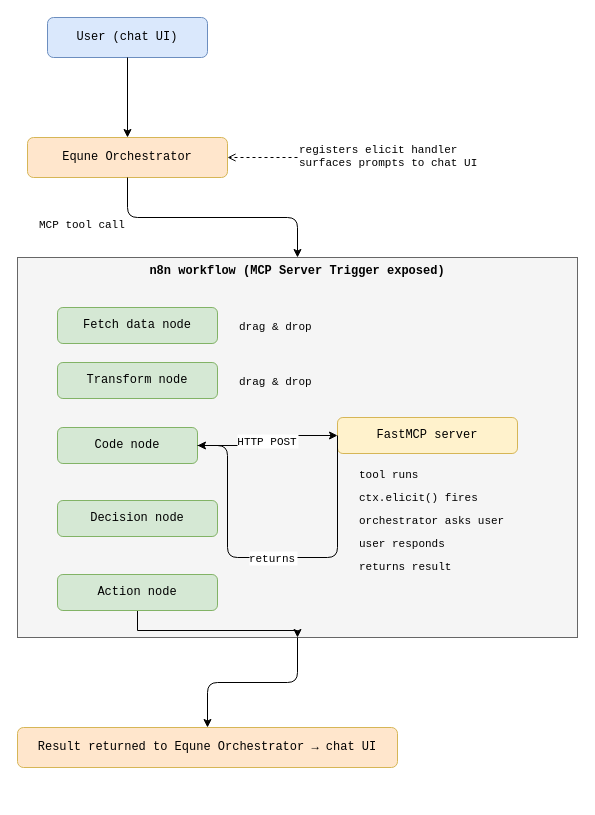
This is egun8n.drawio from orchlonn/design-doc, a draw.io file, before an edit. Source tidied: cells renumbered, new cells numbered last; positions are measured from the earlier drawing's top-left corner, leaving out a move shared by most shapes. Both pictures are drawn from the tidied source at 100%, with x=0, y=0 at pixel (17, 17).
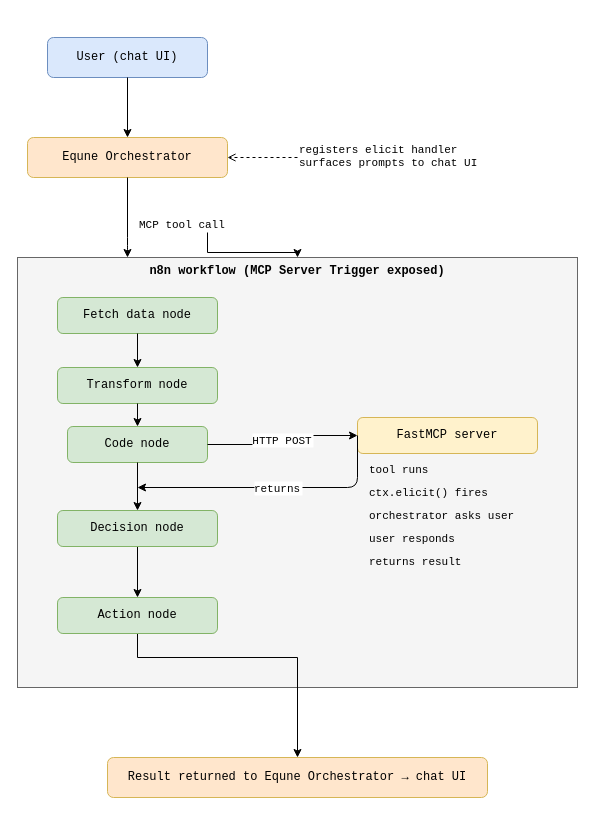
The same page after the edit.

The change refers to these unchanged cells:
```xml
<mxCell id="4" value="Equne Orchestrator" style="rounded=1;whiteSpace=wrap;html=1;fillColor=#ffe6cc;strokeColor=#d6b656;fontFamily=Courier New;" parent="1" vertex="1">
  <mxGeometry x="10" y="120" width="200" height="40" as="geometry" />
</mxCell>
```

What changed in the source:
```diff
@@
     <mxCell id="2" value="User (chat UI)" style="rounded=1;whiteSpace=wrap;html=1;fillColor=#dae8fc;strokeColor=#6c8ebf;fontFamily=Courier New;" parent="1" vertex="1">
-      <mxGeometry x="30" width="160" height="40" as="geometry" />
+      <mxGeometry x="30" y="20" width="160" height="40" as="geometry" />
     </mxCell>
@@
+    <mxCell id="28" style="edgeStyle=orthogonalEdgeStyle;rounded=0;jettySize=auto;html=1;" parent="1" edge="1" source="7" target="9">
+      <mxGeometry relative="1" as="geometry" />
+    </mxCell>
     <mxCell id="7" value="MCP tool call" style="text;html=1;align=left;fontFamily=Courier New;fontSize=11;" parent="1" vertex="1">
-      <mxGeometry x="20" y="195" width="140" height="20" as="geometry" />
+      <mxGeometry x="120" y="195" width="140" height="20" as="geometry" />
     </mxCell>
     <mxCell id="8" style="edgeStyle=orthogonalEdgeStyle;" parent="1" edge="1" source="4" target="9">
-      <mxGeometry relative="1" as="geometry" />
+      <mxGeometry relative="1" as="geometry">
+        <Array as="points">
+          <mxPoint x="110" y="230" />
+          <mxPoint x="110" y="230" />
+        </Array>
+      </mxGeometry>
     </mxCell>
     <mxCell id="9" value="n8n workflow (MCP Server Trigger exposed)" style="rounded=0;whiteSpace=wrap;html=1;fillColor=#f5f5f5;strokeColor=#666666;fontFamily=Courier New;fontSize=12;fontStyle=1;verticalAlign=top;" parent="1" vertex="1">
-      <mxGeometry y="240" width="560" height="380" as="geometry" />
+      <mxGeometry y="240" width="560" height="430" as="geometry" />
     </mxCell>
     <mxCell id="10" value="Fetch data node" style="rounded=1;whiteSpace=wrap;html=1;fillColor=#d5e8d4;strokeColor=#82b366;fontFamily=Courier New;" parent="1" vertex="1">
-      <mxGeometry x="40" y="290" width="160" height="36" as="geometry" />
+      <mxGeometry x="40" y="280" width="160" height="36" as="geometry" />
     </mxCell>
-    <mxCell id="11" value="drag &amp; drop" style="text;html=1;fontFamily=Courier New;fontSize=11;" parent="1" vertex="1">
-      <mxGeometry x="220" y="297" width="100" height="20" as="geometry" />
-    </mxCell>
     <mxCell id="12" value="Transform node" style="rounded=1;whiteSpace=wrap;html=1;fillColor=#d5e8d4;strokeColor=#82b366;fontFamily=Courier New;" parent="1" vertex="1">
-      <mxGeometry x="40" y="345" width="160" height="36" as="geometry" />
+      <mxGeometry x="40" y="350" width="160" height="36" as="geometry" />
     </mxCell>
-    <mxCell id="13" value="drag &amp; drop" style="text;html=1;fontFamily=Courier New;fontSize=11;" parent="1" vertex="1">
-      <mxGeometry x="220" y="352" width="100" height="20" as="geometry" />
-    </mxCell>
     <mxCell id="14" value="Code node" style="rounded=1;whiteSpace=wrap;html=1;fillColor=#d5e8d4;strokeColor=#82b366;fontFamily=Courier New;" parent="1" vertex="1">
-      <mxGeometry x="40" y="410" width="140" height="36" as="geometry" />
+      <mxGeometry x="50" y="409" width="140" height="36" as="geometry" />
     </mxCell>
     <mxCell id="15" value="FastMCP server" style="rounded=1;whiteSpace=wrap;html=1;fillColor=#fff2cc;strokeColor=#d6b656;fontFamily=Courier New;" parent="1" vertex="1">
-      <mxGeometry x="320" y="400" width="180" height="36" as="geometry" />
+      <mxGeometry x="340" y="400" width="180" height="36" as="geometry" />
     </mxCell>
@@
     <mxCell id="17" value="tool runs" style="text;html=1;fontFamily=Courier New;fontSize=11;align=left;" parent="1" vertex="1">
-      <mxGeometry x="340" y="445" width="120" height="20" as="geometry" />
+      <mxGeometry x="350" y="440" width="120" height="20" as="geometry" />
     </mxCell>
     <mxCell id="18" value="ctx.elicit() fires" style="text;html=1;fontFamily=Courier New;fontSize=11;align=left;" parent="1" vertex="1">
-      <mxGeometry x="340" y="468" width="160" height="20" as="geometry" />
+      <mxGeometry x="350" y="463" width="160" height="20" as="geometry" />
     </mxCell>
     <mxCell id="19" value="orchestrator asks user" style="text;html=1;fontFamily=Courier New;fontSize=11;align=left;" parent="1" vertex="1">
-      <mxGeometry x="340" y="491" width="180" height="20" as="geometry" />
+      <mxGeometry x="350" y="486" width="180" height="20" as="geometry" />
     </mxCell>
     <mxCell id="20" value="user responds" style="text;html=1;fontFamily=Courier New;fontSize=11;align=left;" parent="1" vertex="1">
-      <mxGeometry x="340" y="514" width="160" height="20" as="geometry" />
+      <mxGeometry x="350" y="509" width="160" height="20" as="geometry" />
     </mxCell>
     <mxCell id="21" value="returns result" style="text;html=1;fontFamily=Courier New;fontSize=11;align=left;" parent="1" vertex="1">
-      <mxGeometry x="340" y="537" width="160" height="20" as="geometry" />
+      <mxGeometry x="350" y="532" width="160" height="20" as="geometry" />
     </mxCell>
-    <mxCell id="22" value="returns" style="edgeStyle=orthogonalEdgeStyle;fontFamily=Courier New;fontSize=11;exitX=0;exitY=0.5;exitDx=0;exitDy=0;entryX=1;entryY=0.5;entryDx=0;entryDy=0;" parent="1" edge="1" source="15" target="14">
-      <mxGeometry relative="1" as="geometry">
+    <mxCell id="22" value="returns" style="edgeStyle=orthogonalEdgeStyle;fontFamily=Courier New;fontSize=11;exitX=0;exitY=0.5;exitDx=0;exitDy=0;" parent="1" edge="1" source="15">
+      <mxGeometry x="-0.03" relative="1" as="geometry">
+        <mxPoint x="120" y="470" as="targetPoint" />
         <Array as="points">
-          <mxPoint x="320" y="540" />
-          <mxPoint x="210" y="540" />
-          <mxPoint x="210" y="428" />
+          <mxPoint x="340" y="470" />
         </Array>
       </mxGeometry>
     </mxCell>
+    <mxCell id="29" style="edgeStyle=orthogonalEdgeStyle;rounded=0;jettySize=auto;html=1;" parent="1" edge="1" source="23" target="25">
+      <mxGeometry relative="1" as="geometry" />
+    </mxCell>
     <mxCell id="23" value="Decision node" style="rounded=1;whiteSpace=wrap;html=1;fillColor=#d5e8d4;strokeColor=#82b366;fontFamily=Courier New;" parent="1" vertex="1">
-      <mxGeometry x="40" y="483" width="160" height="36" as="geometry" />
+      <mxGeometry x="40" y="493" width="160" height="36" as="geometry" />
     </mxCell>
-    <mxCell id="24" style="edgeStyle=orthogonalEdgeStyle;rounded=0;jettySize=auto;html=1;exitX=0.5;exitY=1;exitDx=0;exitDy=0;" parent="1" edge="1" source="25" target="9">
-      <mxGeometry relative="1" as="geometry" />
-    </mxCell>
+    <mxCell id="30" style="edgeStyle=orthogonalEdgeStyle;rounded=0;jettySize=auto;html=1;entryX=0.5;entryY=0;entryDx=0;entryDy=0;" parent="1" edge="1" source="25" target="27">
+      <mxGeometry relative="1" as="geometry">
+        <Array as="points">
+          <mxPoint x="120" y="640" />
+          <mxPoint x="280" y="640" />
+        </Array>
+      </mxGeometry>
+    </mxCell>
     <mxCell id="25" value="Action node" style="rounded=1;whiteSpace=wrap;html=1;fillColor=#d5e8d4;strokeColor=#82b366;fontFamily=Courier New;" parent="1" vertex="1">
-      <mxGeometry x="40" y="557" width="160" height="36" as="geometry" />
+      <mxGeometry x="40" y="580" width="160" height="36" as="geometry" />
     </mxCell>
-    <mxCell id="26" style="edgeStyle=orthogonalEdgeStyle;" parent="1" edge="1" source="9" target="27">
-      <mxGeometry relative="1" as="geometry" />
-    </mxCell>
     <mxCell id="27" value="Result returned to Equne Orchestrator → chat UI" style="rounded=1;whiteSpace=wrap;html=1;fillColor=#ffe6cc;strokeColor=#d6b656;fontFamily=Courier New;" parent="1" vertex="1">
-      <mxGeometry y="710" width="380" height="40" as="geometry" />
+      <mxGeometry x="90" y="740" width="380" height="40" as="geometry" />
     </mxCell>
+    <mxCell id="31" style="endArrow=classic;html=1;rounded=0;exitX=0.5;exitY=1;exitDx=0;exitDy=0;" parent="1" edge="1" source="10" target="12">
+      <mxGeometry relative="1" as="geometry" />
+    </mxCell>
+    <mxCell id="32" style="endArrow=classic;html=1;rounded=0;exitX=0.5;exitY=1;exitDx=0;exitDy=0;entryX=0.5;entryY=0;entryDx=0;entryDy=0;" parent="1" edge="1" source="12" target="14">
+      <mxGeometry relative="1" as="geometry" />
+    </mxCell>
+    <mxCell id="33" style="endArrow=classic;html=1;rounded=0;exitX=0.5;exitY=1;exitDx=0;exitDy=0;" parent="1" edge="1" source="14" target="23">
+      <mxGeometry relative="1" as="geometry" />
+    </mxCell>
```
